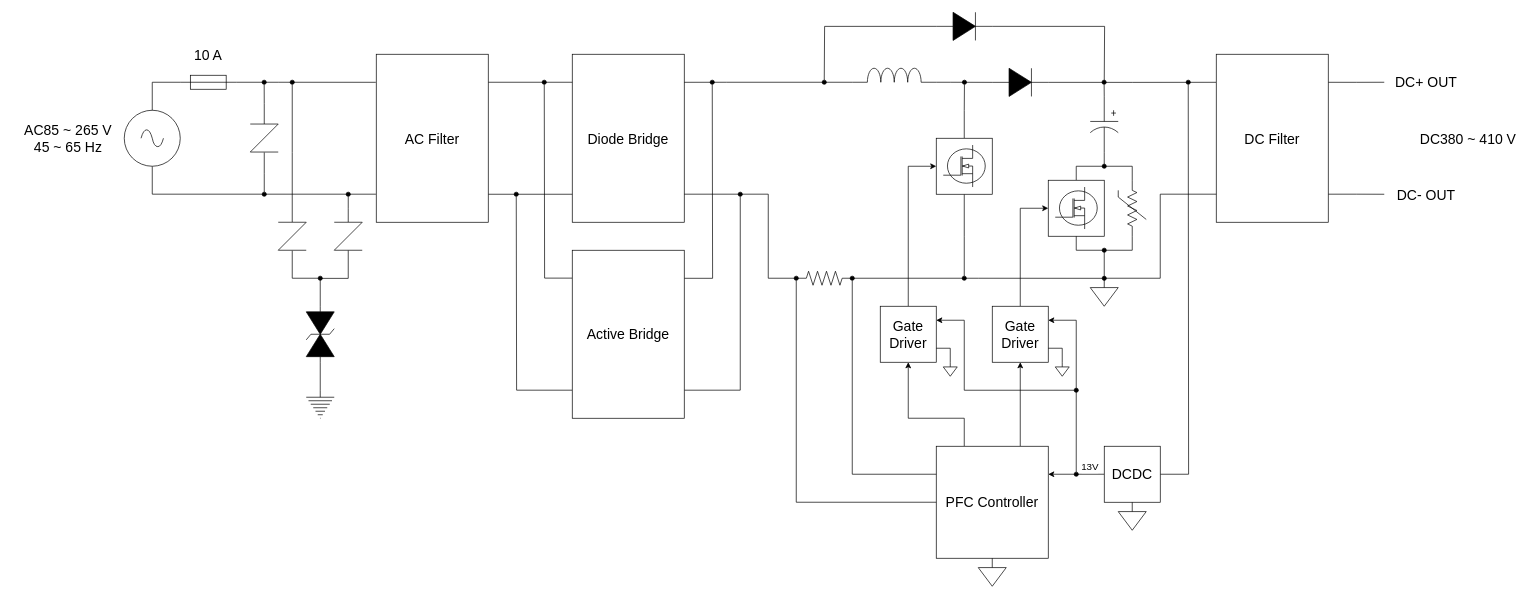
Before: designdocs/main-board-bd.drawio in ST04-tkmr/FET-PCB-ac-dc, a draw.io diagram. Source tidied: cells renumbered, new cells numbered last; positions are measured from the earlier drawing's top-left corner, leaving out a move shared by most shapes. Both pictures are drawn from the tidied source at 70%, with x=0, y=0 at pixel (12, 12).
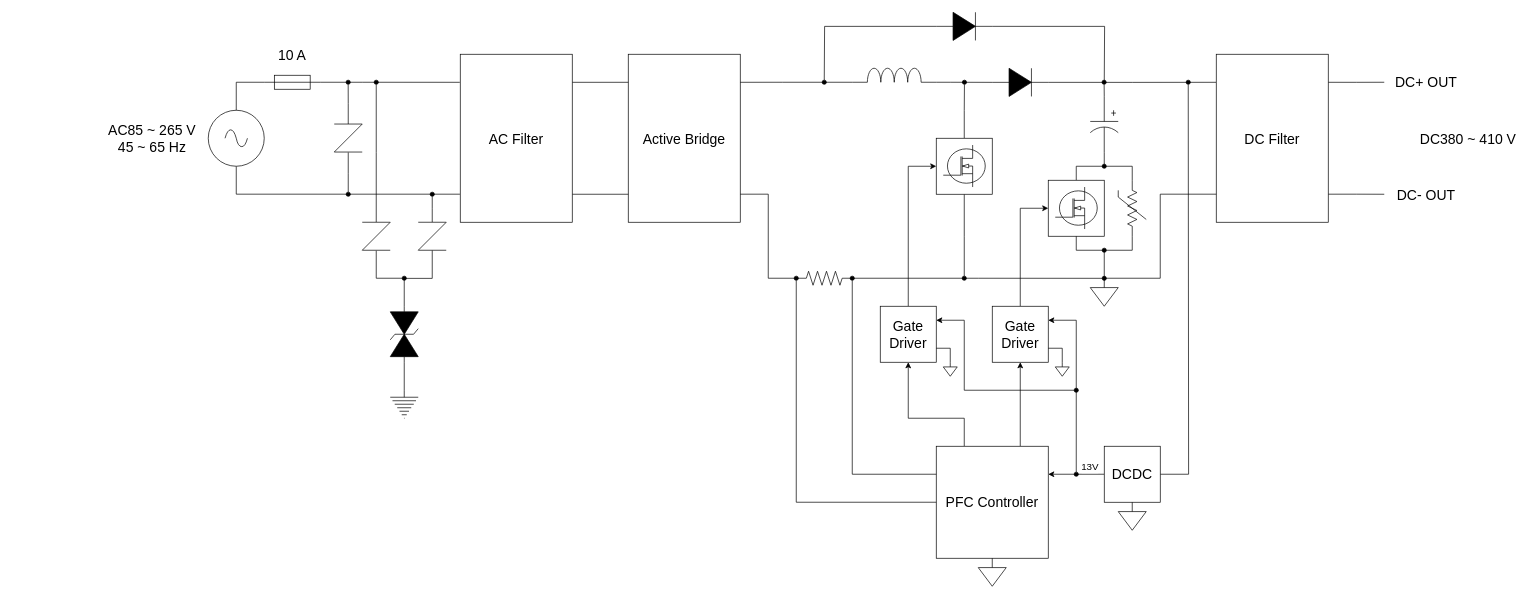
The same diagram, later.

Commit message:
delete diode bridge and use active bridge

The change refers to these unchanged cells:
```xml
<mxCell id="16" style="verticalLabelPosition=bottom;shadow=0;dashed=0;align=center;html=1;verticalAlign=top;shape=mxgraph.electrical.inductors.inductor_3;" parent="1" vertex="1">
  <mxGeometry x="1200" y="80" width="120" height="20" as="geometry" />
</mxCell>
```

The edit, as a diff of the source:
```diff
@@
-    <mxCell id="2" value="Diode Bridge" style="rounded=0;whiteSpace=wrap;html=1;fontSize=20;" parent="1" vertex="1">
-      <mxGeometry x="800" y="60" width="160" height="240" as="geometry" />
+    <mxCell id="2" value="Active Bridge" style="rounded=0;whiteSpace=wrap;html=1;fontSize=20;" parent="1" vertex="1">
+      <mxGeometry x="880" y="60" width="160" height="240" as="geometry" />
     </mxCell>
     <mxCell id="3" style="edgeStyle=orthogonalEdgeStyle;shape=connector;rounded=0;jettySize=auto;html=1;exitX=1;exitY=0.5;exitDx=0;exitDy=0;exitPerimeter=0;strokeColor=default;align=center;verticalAlign=middle;fontFamily=Helvetica;fontSize=11;fontColor=default;labelBackgroundColor=default;endArrow=none;endFill=0;entryX=-0.004;entryY=0.167;entryDx=0;entryDy=0;entryPerimeter=0;" parent="1" edge="1" source="4" target="9">
       <mxGeometry relative="1" as="geometry">
         <Array as="points">
-          <mxPoint x="380" y="100" />
-          <mxPoint x="380" y="100" />
+          <mxPoint x="500" y="100" />
+          <mxPoint x="500" y="100" />
         </Array>
       </mxGeometry>
     </mxCell>
     <mxCell id="4" style="verticalLabelPosition=bottom;shadow=0;dashed=0;align=center;html=1;verticalAlign=top;shape=mxgraph.electrical.miscellaneous.fuse_2;" parent="1" vertex="1">
-      <mxGeometry x="240" y="90" width="80" height="20" as="geometry" />
+      <mxGeometry x="360" y="90" width="80" height="20" as="geometry" />
     </mxCell>
     <mxCell id="5" style="edgeStyle=orthogonalEdgeStyle;shape=connector;rounded=0;jettySize=auto;html=1;exitX=0.5;exitY=1;exitDx=0;exitDy=0;exitPerimeter=0;strokeColor=default;align=center;verticalAlign=middle;fontFamily=Helvetica;fontSize=11;fontColor=default;labelBackgroundColor=default;endArrow=none;endFill=0;entryX=-0.003;entryY=0.833;entryDx=0;entryDy=0;entryPerimeter=0;" parent="1" edge="1" source="6" target="9">
       <mxGeometry relative="1" as="geometry">
         <Array as="points">
-          <mxPoint x="200" y="260" />
+          <mxPoint x="320" y="260" />
         </Array>
       </mxGeometry>
     </mxCell>
     <mxCell id="6" style="verticalLabelPosition=bottom;shadow=0;dashed=0;align=center;html=1;verticalAlign=top;shape=mxgraph.electrical.signal_sources.source;points=[[0.5,0,0],[1,0.5,0],[0.5,1,0],[0,0.5,0]];elSignalType=ac;" parent="1" vertex="1">
-      <mxGeometry x="160" y="140" width="80" height="80" as="geometry" />
+      <mxGeometry x="280" y="140" width="80" height="80" as="geometry" />
     </mxCell>
-    <mxCell id="7" style="edgeStyle=orthogonalEdgeStyle;shape=connector;rounded=0;orthogonalLoop=1;jettySize=auto;html=1;exitX=1;exitY=0.25;exitDx=0;exitDy=0;entryX=0;entryY=0.25;entryDx=0;entryDy=0;strokeColor=default;align=center;verticalAlign=middle;fontFamily=Helvetica;fontSize=11;fontColor=default;labelBackgroundColor=default;endArrow=none;endFill=0;" parent="1" edge="1">
+    <mxCell id="7" style="edgeStyle=orthogonalEdgeStyle;shape=connector;rounded=0;jettySize=auto;html=1;exitX=1;exitY=0.25;exitDx=0;exitDy=0;strokeColor=default;align=center;verticalAlign=middle;fontFamily=Helvetica;fontSize=11;fontColor=default;labelBackgroundColor=default;endArrow=none;endFill=0;entryX=0;entryY=0.167;entryDx=0;entryDy=0;entryPerimeter=0;" parent="1" edge="1" target="2">
       <mxGeometry relative="1" as="geometry">
-        <mxPoint x="680" y="100" as="sourcePoint" />
-        <mxPoint x="800" y="100" as="targetPoint" />
+        <mxPoint x="800" y="100" as="sourcePoint" />
+        <Array as="points">
+          <mxPoint x="880" y="100" />
+        </Array>
       </mxGeometry>
     </mxCell>
-    <mxCell id="8" style="edgeStyle=orthogonalEdgeStyle;shape=connector;rounded=0;orthogonalLoop=1;jettySize=auto;html=1;exitX=1;exitY=0.75;exitDx=0;exitDy=0;entryX=0;entryY=0.75;entryDx=0;entryDy=0;strokeColor=default;align=center;verticalAlign=middle;fontFamily=Helvetica;fontSize=11;fontColor=default;labelBackgroundColor=default;endArrow=none;endFill=0;" parent="1" edge="1">
+    <mxCell id="8" style="edgeStyle=orthogonalEdgeStyle;shape=connector;rounded=0;orthogonalLoop=1;jettySize=auto;html=1;exitX=1;exitY=0.75;exitDx=0;exitDy=0;strokeColor=default;align=center;verticalAlign=middle;fontFamily=Helvetica;fontSize=11;fontColor=default;labelBackgroundColor=default;endArrow=none;endFill=0;" parent="1" edge="1">
       <mxGeometry relative="1" as="geometry">
-        <mxPoint x="680" y="260" as="sourcePoint" />
-        <mxPoint x="800" y="260" as="targetPoint" />
+        <mxPoint x="800" y="260" as="sourcePoint" />
+        <mxPoint x="880" y="260" as="targetPoint" />
       </mxGeometry>
     </mxCell>
     <mxCell id="9" value="AC Filter" style="rounded=0;whiteSpace=wrap;html=1;fontSize=20;" parent="1" vertex="1">
-      <mxGeometry x="520" y="60" width="160" height="240" as="geometry" />
+      <mxGeometry x="640" y="60" width="160" height="240" as="geometry" />
     </mxCell>
-    <mxCell id="10" style="edgeStyle=orthogonalEdgeStyle;shape=connector;rounded=0;jettySize=auto;html=1;strokeColor=default;align=center;verticalAlign=middle;fontFamily=Helvetica;fontSize=11;fontColor=default;labelBackgroundColor=default;endArrow=oval;endFill=1;exitX=1;exitY=0.167;exitDx=0;exitDy=0;exitPerimeter=0;" parent="1" edge="1" source="14">
-      <mxGeometry relative="1" as="geometry">
-        <mxPoint x="1000" y="100" as="targetPoint" />
-      </mxGeometry>
-    </mxCell>
-    <mxCell id="11" style="edgeStyle=orthogonalEdgeStyle;shape=connector;rounded=0;jettySize=auto;html=1;exitX=1.001;exitY=0.833;exitDx=0;exitDy=0;strokeColor=default;align=center;verticalAlign=middle;fontFamily=Helvetica;fontSize=11;fontColor=default;labelBackgroundColor=default;endArrow=oval;endFill=1;exitPerimeter=0;" parent="1" edge="1" source="14">
-      <mxGeometry relative="1" as="geometry">
-        <mxPoint x="1040" y="260" as="targetPoint" />
-        <Array as="points">
-          <mxPoint x="1040" y="540" />
-        </Array>
-      </mxGeometry>
-    </mxCell>
-    <mxCell id="12" style="edgeStyle=orthogonalEdgeStyle;shape=connector;rounded=0;jettySize=auto;html=1;exitX=0.001;exitY=0.166;exitDx=0;exitDy=0;strokeColor=default;align=center;verticalAlign=middle;fontFamily=Helvetica;fontSize=11;fontColor=default;labelBackgroundColor=default;endArrow=oval;endFill=1;exitPerimeter=0;" parent="1" edge="1" source="14">
-      <mxGeometry relative="1" as="geometry">
-        <mxPoint x="760" y="100" as="targetPoint" />
-      </mxGeometry>
-    </mxCell>
-    <mxCell id="13" style="edgeStyle=orthogonalEdgeStyle;shape=connector;rounded=0;jettySize=auto;html=1;exitX=0;exitY=0.833;exitDx=0;exitDy=0;strokeColor=default;align=center;verticalAlign=middle;fontFamily=Helvetica;fontSize=11;fontColor=default;labelBackgroundColor=default;endArrow=oval;endFill=1;exitPerimeter=0;" parent="1" edge="1" source="14">
-      <mxGeometry relative="1" as="geometry">
-        <mxPoint x="720" y="260" as="targetPoint" />
-      </mxGeometry>
-    </mxCell>
-    <mxCell id="14" value="Active Bridge" style="rounded=0;whiteSpace=wrap;html=1;fontSize=20;" parent="1" vertex="1">
-      <mxGeometry x="800" y="340" width="160" height="240" as="geometry" />
-    </mxCell>
     <mxCell id="15" style="edgeStyle=orthogonalEdgeStyle;shape=connector;rounded=0;jettySize=auto;html=1;exitX=0;exitY=1;exitDx=0;exitDy=0;exitPerimeter=0;strokeColor=default;align=center;verticalAlign=middle;fontFamily=Helvetica;fontSize=11;fontColor=default;labelBackgroundColor=default;endArrow=none;endFill=0;entryX=1;entryY=0.167;entryDx=0;entryDy=0;entryPerimeter=0;" parent="1" edge="1" source="16" target="2">
       <mxGeometry relative="1" as="geometry">
         <Array as="points">
-          <mxPoint x="1020" y="100" />
+          <mxPoint x="1100" y="100" />
         </Array>
       </mxGeometry>
     </mxCell>
@@
     <mxCell id="36" style="group;" parent="1" vertex="1">
-      <mxGeometry x="340" y="159.7" width="40" height="40.3" as="geometry" />
+      <mxGeometry x="460" y="159.7" width="40" height="40.3" as="geometry" />
     </mxCell>
@@
     <mxCell id="75" value="AC85 ~ 265 V&lt;div&gt;45 ~ 65 Hz&lt;/div&gt;" style="text;html=1;align=center;verticalAlign=middle;whiteSpace=wrap;rounded=0;fontFamily=Helvetica;fontSize=20;fontColor=default;labelBackgroundColor=default;" parent="1" vertex="1">
-      <mxGeometry y="140" width="160" height="80" as="geometry" />
+      <mxGeometry x="120" y="140" width="160" height="80" as="geometry" />
     </mxCell>
@@
     <mxCell id="77" value="10 A" style="text;html=1;align=center;verticalAlign=middle;whiteSpace=wrap;rounded=0;fontFamily=Helvetica;fontSize=20;fontColor=default;labelBackgroundColor=default;" parent="1" vertex="1">
-      <mxGeometry x="200" y="40" width="160" height="40" as="geometry" />
+      <mxGeometry x="320" y="40" width="160" height="40" as="geometry" />
     </mxCell>
     <mxCell id="78" style="group;" parent="1" vertex="1">
-      <mxGeometry x="380" y="300" width="40" height="40.3" as="geometry" />
+      <mxGeometry x="500" y="300" width="40" height="40.3" as="geometry" />
     </mxCell>
@@
     <mxCell id="86" style="group;" parent="1" vertex="1">
-      <mxGeometry x="460" y="300" width="40" height="40.3" as="geometry" />
+      <mxGeometry x="580" y="300" width="40" height="40.3" as="geometry" />
     </mxCell>
@@
     <mxCell id="93" style="fillColor=strokeColor;verticalLabelPosition=bottom;shadow=0;dashed=0;align=center;html=1;verticalAlign=top;shape=mxgraph.electrical.diodes.transorb_2;rotation=-90;" parent="1" vertex="1">
-      <mxGeometry x="400" y="440" width="80" height="40" as="geometry" />
+      <mxGeometry x="520" y="440" width="80" height="40" as="geometry" />
     </mxCell>
     <mxCell id="94" style="verticalLabelPosition=bottom;shadow=0;dashed=0;align=center;html=1;verticalAlign=top;shape=mxgraph.electrical.signal_sources.protective_earth;" parent="1" vertex="1">
-      <mxGeometry x="420" y="540" width="40" height="40" as="geometry" />
+      <mxGeometry x="540" y="540" width="40" height="40" as="geometry" />
     </mxCell>
```
